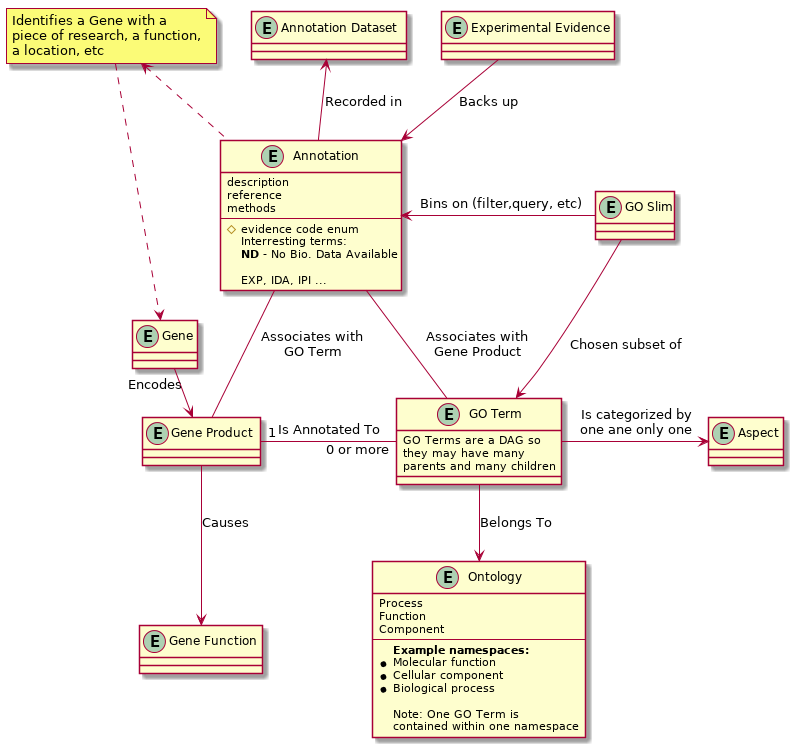
jshearer/PhoeBio-Website keeps this PlantUML diagram as assets/domain_model_2.png. Above is the earlier version. Source of this version:
```plantuml
@startuml
entity Ontology {
  Process
  Function
  Component
  --
  **Example namespaces:**
  * Molecular function
  * Cellular component
  * Biological process

  Note: One GO Term is \ncontained within one namespace
}

entity "GO Term" as Term {
  GO Terms are a DAG so
  they may have many
  parents and many children
}

entity "Gene Product" as GeneProduct {

}

entity Annotation {
  description
  reference
  methods
  --
  # evidence code enum
    Interresting terms:
    **ND** - No Bio. Data Available

    EXP, IDA, IPI ...
}

entity Gene {

}

entity "Gene Function" as GeneFunction {

}

entity "GO Slim" as Slim {

}

entity "Annotation Dataset" as ADS {

}

entity "Experimental Evidence" as Evidence{

}

entity Aspect {

}

Note "Identifies a Gene with a \npiece of research, a function, \na location, etc" as N1

Ontology<-down-Term: Belongs To
Term-up-Annotation: "Associates with \nGene Product"
Term "0 or more" -left- "1" GeneProduct: Is Annotated To
Gene-right->GeneProduct: Encodes
Annotation--GeneProduct: "Associates with \nGO Term"
GeneProduct-->GeneFunction: Causes
Slim-->Term: Chosen subset of
Slim-left->Annotation: Bins on (filter,query, etc)
Annotation-up->ADS: Recorded in
Evidence-->Annotation: Backs up
N1<..Annotation
N1..>Gene
Aspect<-right-Term: "Is categorized by\none ane only one"
@enduml
```
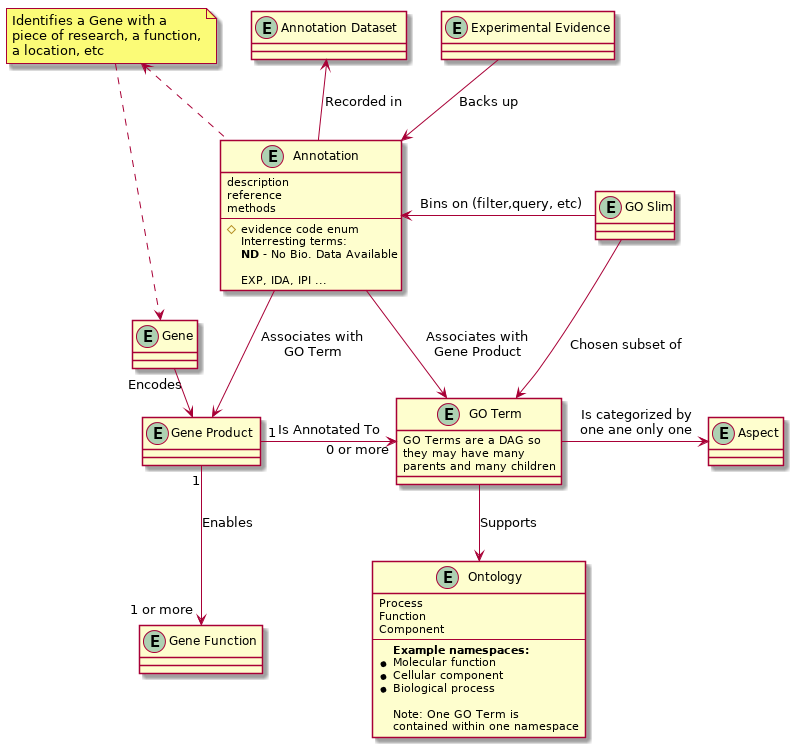
Later version of the same file.

Commit message:
Fix domain model a bit

Change to the diagram source:
```diff
@@ -60,12 +60,12 @@
 
 Note "Identifies a Gene with a \npiece of research, a function, \na location, etc" as N1
 
-Ontology<-down-Term: Belongs To
-Term-up-Annotation: "Associates with \nGene Product"
-Term "0 or more" -left- "1" GeneProduct: Is Annotated To
+Ontology<-down-Term: Supports
+Annotation-down->Term: "Associates with \nGene Product"
+GeneProduct "1" -right-> "0 or more" Term: Is Annotated To
 Gene-right->GeneProduct: Encodes
-Annotation--GeneProduct: "Associates with \nGO Term"
-GeneProduct-->GeneFunction: Causes
+Annotation-->GeneProduct: "Associates with \nGO Term"
+GeneProduct "1" --> "1 or more" GeneFunction: Enables
 Slim-->Term: Chosen subset of
 Slim-left->Annotation: Bins on (filter,query, etc)
 Annotation-up->ADS: Recorded in
@@ -73,4 +73,5 @@
 N1<..Annotation
 N1..>Gene
 Aspect<-right-Term: "Is categorized by\none ane only one"
+
 @enduml
```
